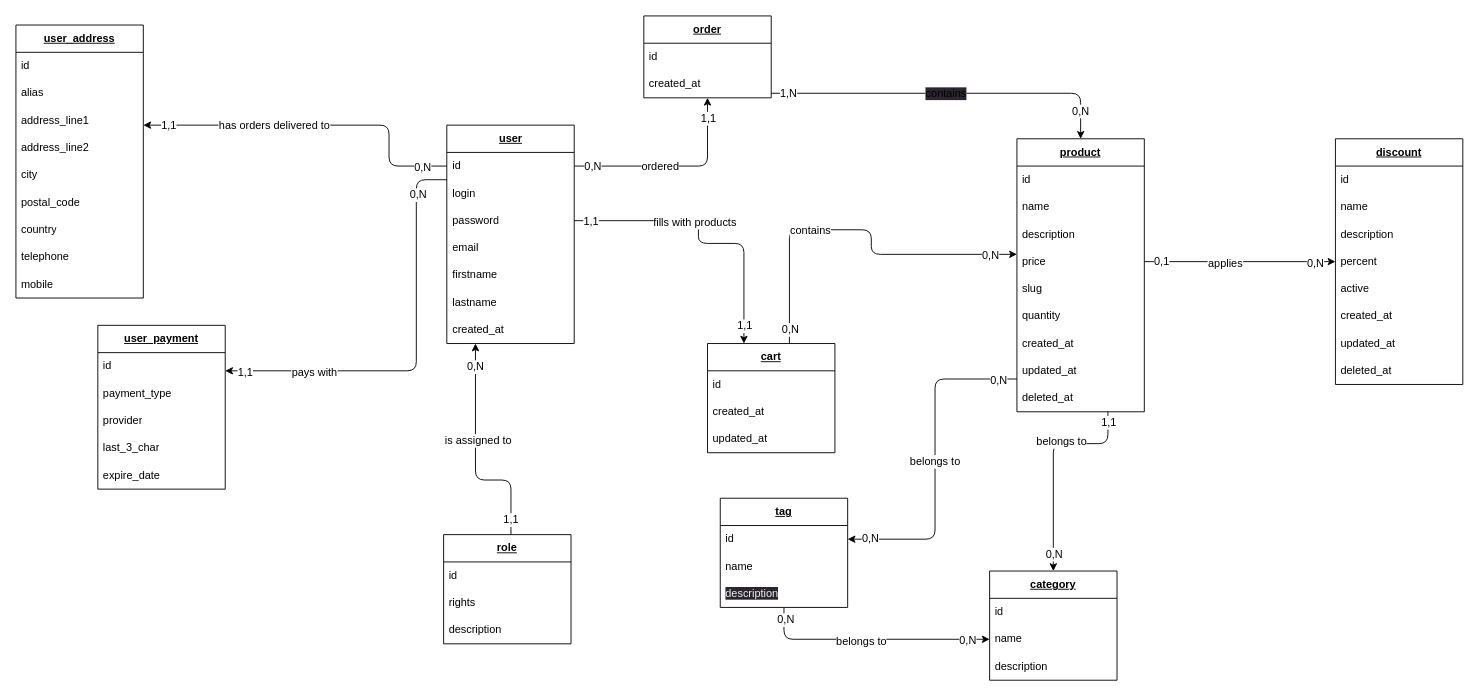
Above: mcd.drawio in felix-hauger/boutique-en-ligne (draw.io), before the change. Source tidied: cells renumbered, new cells numbered last; positions are measured from the earlier drawing's top-left corner, leaving out a move shared by most shapes. Both pictures are drawn from the tidied source at 91%, with x=0, y=0 at pixel (15, 15).
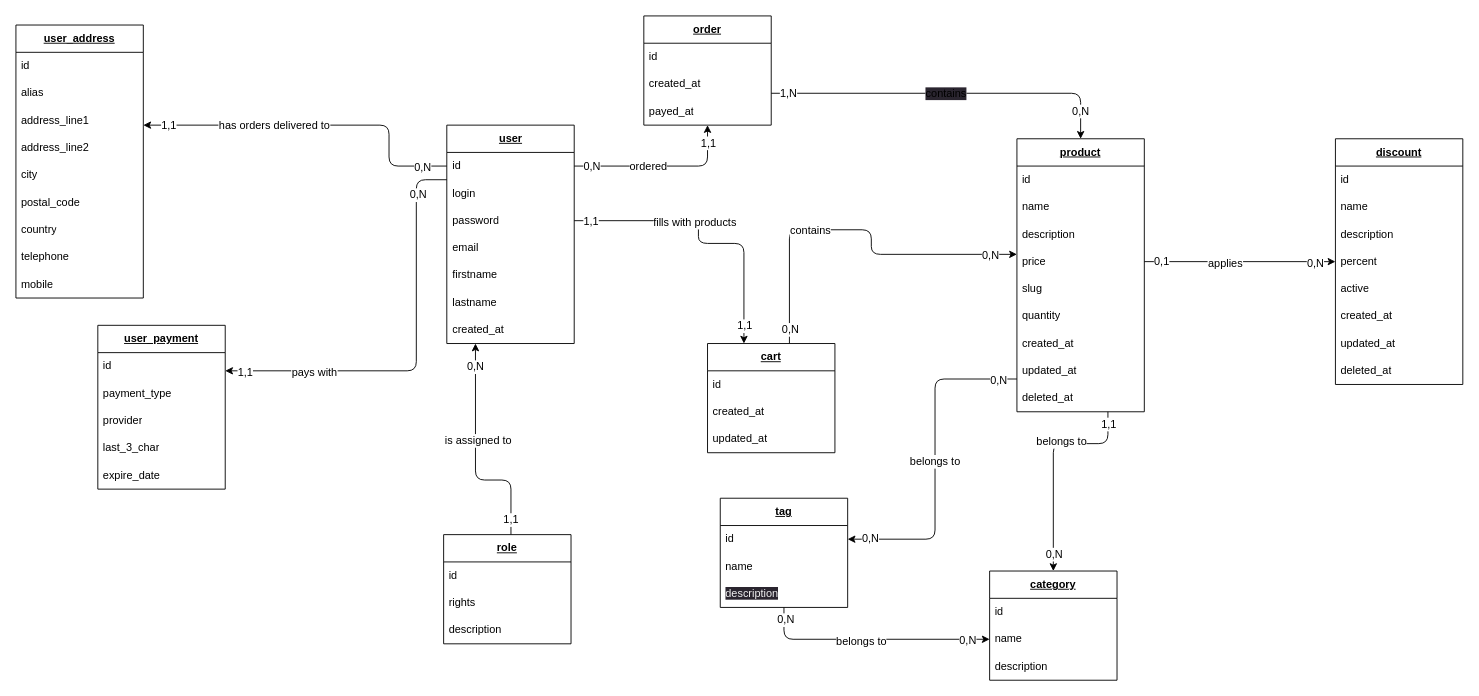
The same page after the edit.

Commit message (it also covers changes not shown here):
MCD, MLD, MPD - added payed_at field in order entity/table

The change refers to these unchanged cells:
```xml
<mxCell id="49" style="edgeStyle=orthogonalEdgeStyle;rounded=1;html=1;strokeColor=default;" parent="1" edge="1" source="88" target="35">
  <mxGeometry relative="1" as="geometry">
    <Array as="points">
      <mxPoint x="1200" y="470" />
      <mxPoint x="1140" y="470" />
    </Array>
  </mxGeometry>
</mxCell>
```

The edit, as a diff of the source:
```diff
@@
     <mxCell id="18" value="&lt;b&gt;&lt;u&gt;order&lt;/u&gt;&lt;/b&gt;" style="swimlane;fontStyle=0;horizontal=1;startSize=30;whiteSpace=wrap;html=1;" parent="1" vertex="1">
-      <mxGeometry x="690" width="140" height="90" as="geometry" />
+      <mxGeometry x="690" width="140" height="120" as="geometry" />
     </mxCell>
@@
+    <mxCell id="111" value="payed_at" style="text;strokeColor=none;fillColor=none;align=left;verticalAlign=middle;spacingLeft=4;spacingRight=4;overflow=hidden;whiteSpace=wrap;html=1;" parent="18" vertex="1">
+      <mxGeometry y="90" width="140" height="30" as="geometry" />
+    </mxCell>
@@
     <mxCell id="51" value="1,1" style="edgeLabel;html=1;align=center;verticalAlign=middle;fontSize=12;" parent="49" vertex="1">
       <mxGeometry x="-0.91" y="1" relative="1" as="geometry">
-        <mxPoint x="-1" as="offset" />
+        <mxPoint x="-1" y="2" as="offset" />
       </mxGeometry>
     </mxCell>
```
